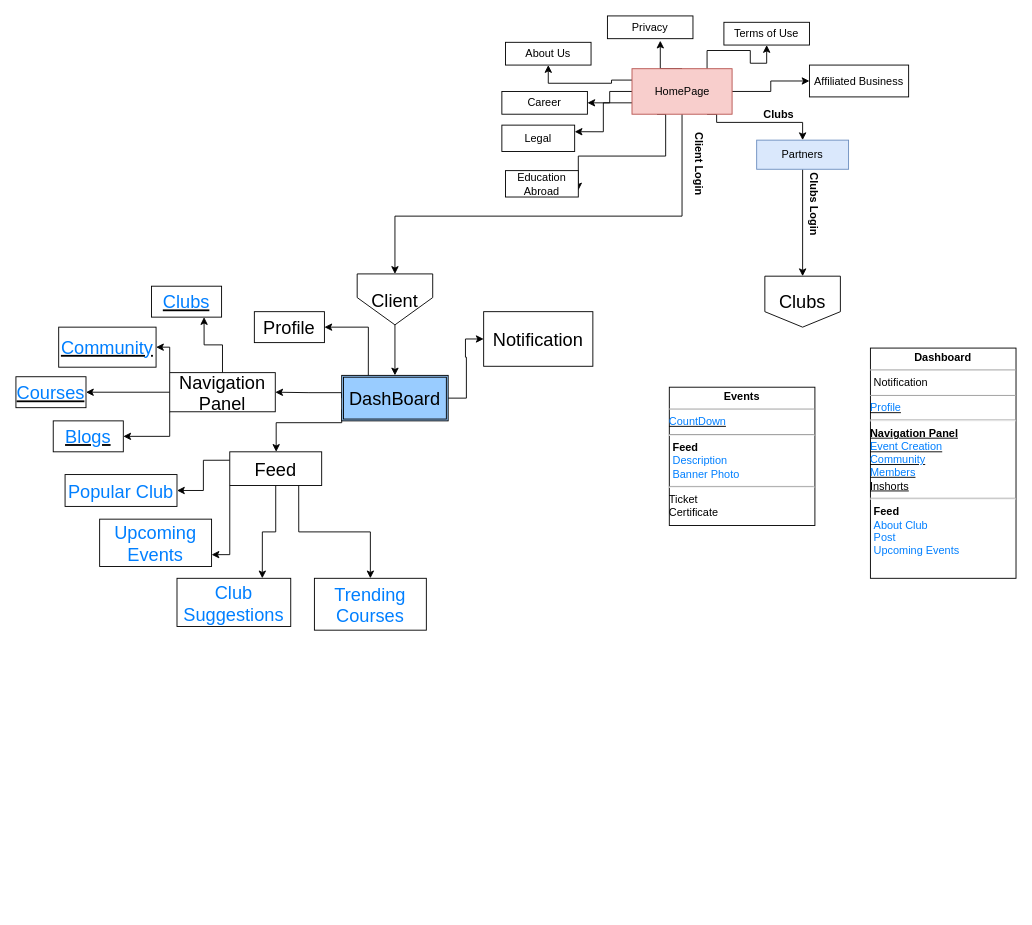
Earlier version of the draw.io diagram Untitled Diagram.drawio (Ankit325/hello-world). Source tidied: cells renumbered, new cells numbered last; positions are measured from the earlier drawing's top-left corner, leaving out a move shared by most shapes. Both pictures are drawn from the tidied source at 91%, with x=0, y=0 at pixel (15, 15).
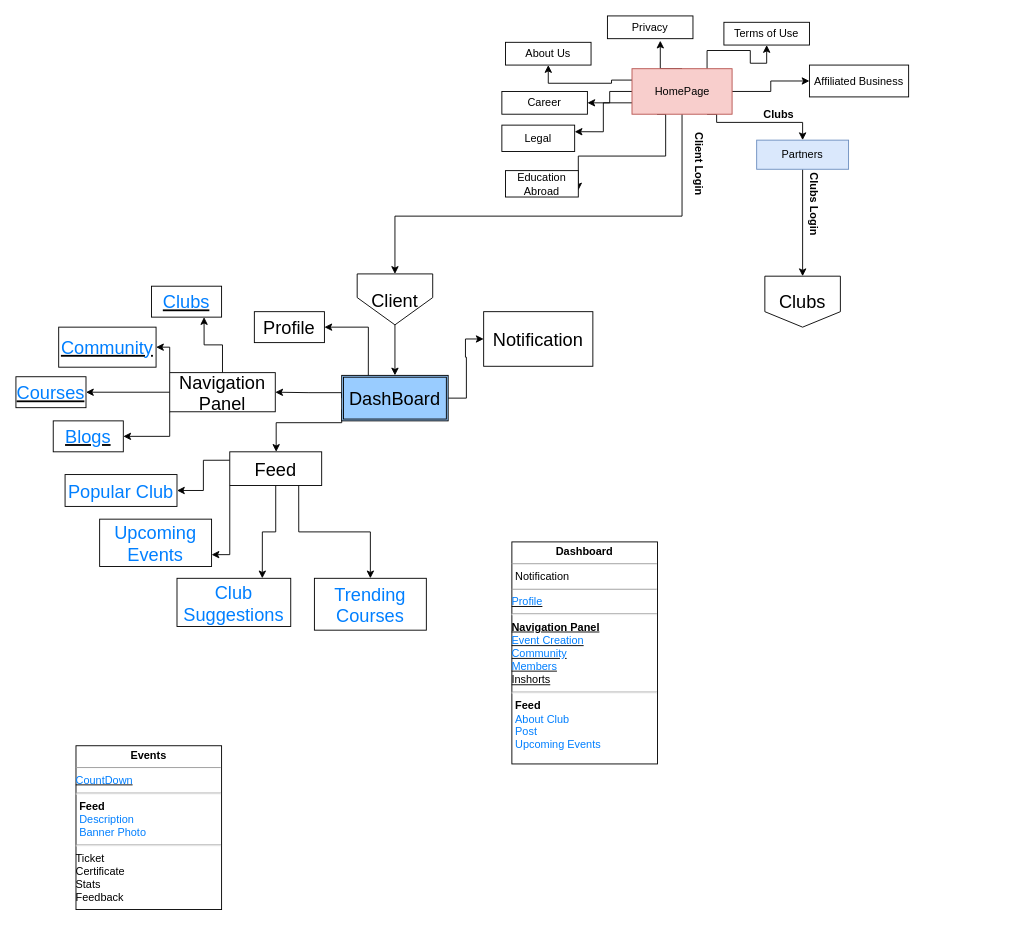
The same page after the edit.

Diff of the diagram source:
```diff
@@
     <mxCell id="27" value="&lt;p style=&quot;margin: 0px ; margin-top: 4px ; text-align: center&quot;&gt;&lt;b&gt;Dashboard&lt;/b&gt;&lt;/p&gt;&lt;hr size=&quot;1&quot;&gt;&lt;p style=&quot;margin: 0px ; margin-left: 4px&quot;&gt;Notification&lt;/p&gt;&lt;hr size=&quot;1&quot;&gt;&lt;u&gt;&lt;font color=&quot;#007fff&quot;&gt;Profile&lt;br&gt;&lt;/font&gt;&lt;/u&gt;&lt;hr&gt;&lt;u&gt;&lt;b&gt;Navigation Panel&lt;/b&gt;&lt;br&gt;&lt;font color=&quot;#007fff&quot;&gt;Event Creation&lt;br&gt;Community&lt;br&gt;Members&lt;br&gt;&lt;/font&gt;Inshorts&lt;br&gt;&lt;/u&gt;&lt;hr&gt;&lt;p style=&quot;margin: 0px ; margin-left: 4px&quot;&gt;&lt;b&gt;Feed&lt;/b&gt;&lt;/p&gt;&lt;p style=&quot;margin: 0px ; margin-left: 4px&quot;&gt;&lt;font color=&quot;#007fff&quot;&gt;About Club&lt;/font&gt;&lt;/p&gt;&lt;p style=&quot;margin: 0px ; margin-left: 4px&quot;&gt;&lt;font color=&quot;#007fff&quot;&gt;Post&lt;/font&gt;&lt;/p&gt;&lt;p style=&quot;margin: 0px ; margin-left: 4px&quot;&gt;&lt;font color=&quot;#007fff&quot;&gt;Upcoming Events&lt;/font&gt;&lt;/p&gt;&lt;p style=&quot;margin: 0px ; margin-left: 4px&quot;&gt;&lt;br&gt;&lt;/p&gt;" style="verticalAlign=top;align=left;overflow=fill;fontSize=12;fontFamily=Helvetica;html=1;strokeColor=#000000;" parent="1" vertex="1">
-      <mxGeometry x="939" y="365" width="160" height="253" as="geometry" />
+      <mxGeometry x="545" y="578" width="160" height="244" as="geometry" />
     </mxCell>
@@
-    <mxCell id="53" value="&lt;p style=&quot;margin: 0px ; margin-top: 4px ; text-align: center&quot;&gt;&lt;b&gt;Events&lt;/b&gt;&lt;/p&gt;&lt;hr size=&quot;1&quot;&gt;&lt;p style=&quot;margin: 0px ; margin-left: 4px&quot;&gt;&lt;/p&gt;&lt;u&gt;&lt;font color=&quot;#007fff&quot;&gt;CountDown&lt;br&gt;&lt;/font&gt;&lt;/u&gt;&lt;hr&gt;&lt;p style=&quot;margin: 0px ; margin-left: 4px&quot;&gt;&lt;b&gt;Feed&lt;/b&gt;&lt;/p&gt;&lt;p style=&quot;margin: 0px ; margin-left: 4px&quot;&gt;&lt;font color=&quot;#007fff&quot;&gt;Description&lt;/font&gt;&lt;/p&gt;&lt;p style=&quot;margin: 0px ; margin-left: 4px&quot;&gt;&lt;font color=&quot;#007fff&quot;&gt;Banner Photo&lt;/font&gt;&lt;/p&gt;&lt;hr&gt;Ticket&amp;nbsp;&lt;br&gt;Certificate&lt;br&gt;&lt;p style=&quot;margin: 0px ; margin-left: 4px&quot;&gt;&lt;/p&gt;&lt;span style=&quot;color: rgba(0 , 0 , 0 , 0) ; font-family: monospace ; font-size: 0px&quot;&gt;%3CmxGraphModel%3E%3Croot%3E%3CmxCell%20id%3D%220%22%2F%3E%3CmxCell%20id%3D%221%22%20parent%3D%220%22%2F%3E%3CmxCell%20id%3D%222%22%20value%3D%22%26lt%3Bfont%20color%3D%26quot%3B%23007fff%26quot%3B%26gt%3BPopular%20Club%26lt%3B%2Ffont%26gt%3B%22%20style%3D%22rounded%3D0%3BwhiteSpace%3Dwrap%3Bhtml%3D1%3BfontSize%3D20%3BfontColor%3D%23000000%3BstrokeColor%3D%23000000%3BfillColor%3D%23FFFFFF%3B%22%20vertex%3D%221%22%20parent%3D%221%22%3E%3CmxGeometry%20x%3D%22-1091%22%20y%3D%22538%22%20width%3D%22123%22%20height%3D%2235%22%20as%3D%22geometry%22%2F%3E%3C%2FmxCell%3E%3C%2Froot%3E%3C%2FmxGraphModel%3EjjT&lt;br&gt;&lt;/span&gt;" style="verticalAlign=top;align=left;overflow=fill;fontSize=12;fontFamily=Helvetica;html=1;strokeColor=#000000;" parent="1" vertex="1">
-      <mxGeometry x="718" y="408" width="160" height="152" as="geometry" />
+    <mxCell id="53" value="&lt;p style=&quot;margin: 0px ; margin-top: 4px ; text-align: center&quot;&gt;&lt;b&gt;Events&lt;/b&gt;&lt;/p&gt;&lt;hr size=&quot;1&quot;&gt;&lt;p style=&quot;margin: 0px ; margin-left: 4px&quot;&gt;&lt;/p&gt;&lt;u&gt;&lt;font color=&quot;#007fff&quot;&gt;CountDown&lt;br&gt;&lt;/font&gt;&lt;/u&gt;&lt;hr&gt;&lt;p style=&quot;margin: 0px ; margin-left: 4px&quot;&gt;&lt;b&gt;Feed&lt;/b&gt;&lt;/p&gt;&lt;p style=&quot;margin: 0px ; margin-left: 4px&quot;&gt;&lt;font color=&quot;#007fff&quot;&gt;Description&lt;/font&gt;&lt;/p&gt;&lt;p style=&quot;margin: 0px ; margin-left: 4px&quot;&gt;&lt;font color=&quot;#007fff&quot;&gt;Banner Photo&lt;/font&gt;&lt;/p&gt;&lt;hr&gt;Ticket&amp;nbsp;&lt;br&gt;Certificate&lt;br&gt;Stats&lt;br&gt;Feedback&lt;br&gt;&lt;p style=&quot;margin: 0px ; margin-left: 4px&quot;&gt;&lt;/p&gt;&lt;span style=&quot;color: rgba(0 , 0 , 0 , 0) ; font-family: monospace ; font-size: 0px&quot;&gt;%3CmxGraphModel%3E%3Croot%3E%3CmxCell%20id%3D%220%22%2F%3E%3CmxCell%20id%3D%221%22%20parent%3D%220%22%2F%3E%3CmxCell%20id%3D%222%22%20value%3D%22%26lt%3Bfont%20color%3D%26quot%3B%23007fff%26quot%3B%26gt%3BPopular%20Club%26lt%3B%2Ffont%26gt%3B%22%20style%3D%22rounded%3D0%3BwhiteSpace%3Dwrap%3Bhtml%3D1%3BfontSize%3D20%3BfontColor%3D%23000000%3BstrokeColor%3D%23000000%3BfillColor%3D%23FFFFFF%3B%22%20vertex%3D%221%22%20parent%3D%221%22%3E%3CmxGeometry%20x%3D%22-1091%22%20y%3D%22538%22%20width%3D%22123%22%20height%3D%2235%22%20as%3D%22geometry%22%2F%3E%3C%2FmxCell%3E%3C%2Froot%3E%3C%2FmxGraphModel%3EjjT&lt;br&gt;&lt;/span&gt;" style="verticalAlign=top;align=left;overflow=fill;fontSize=12;fontFamily=Helvetica;html=1;strokeColor=#000000;" parent="1" vertex="1">
+      <mxGeometry x="66" y="802" width="160" height="180" as="geometry" />
     </mxCell>
```
